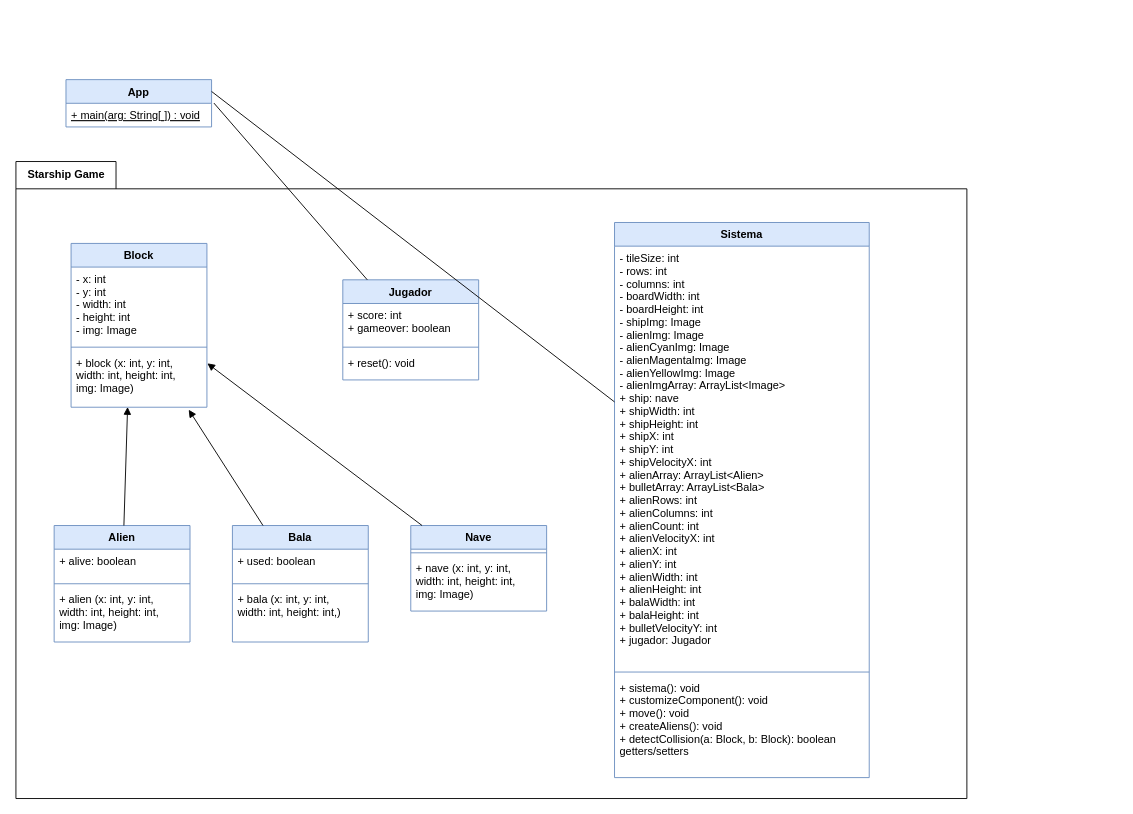
Before: desing/DC.drawio in AndresVeas/STARSHIPGAME, a draw.io diagram. Source tidied: cells renumbered, new cells numbered last; positions are measured from the earlier drawing's top-left corner, leaving out a move shared by most shapes. Both pictures are drawn from the tidied source at 91%, with x=0, y=0 at pixel (15, 79).
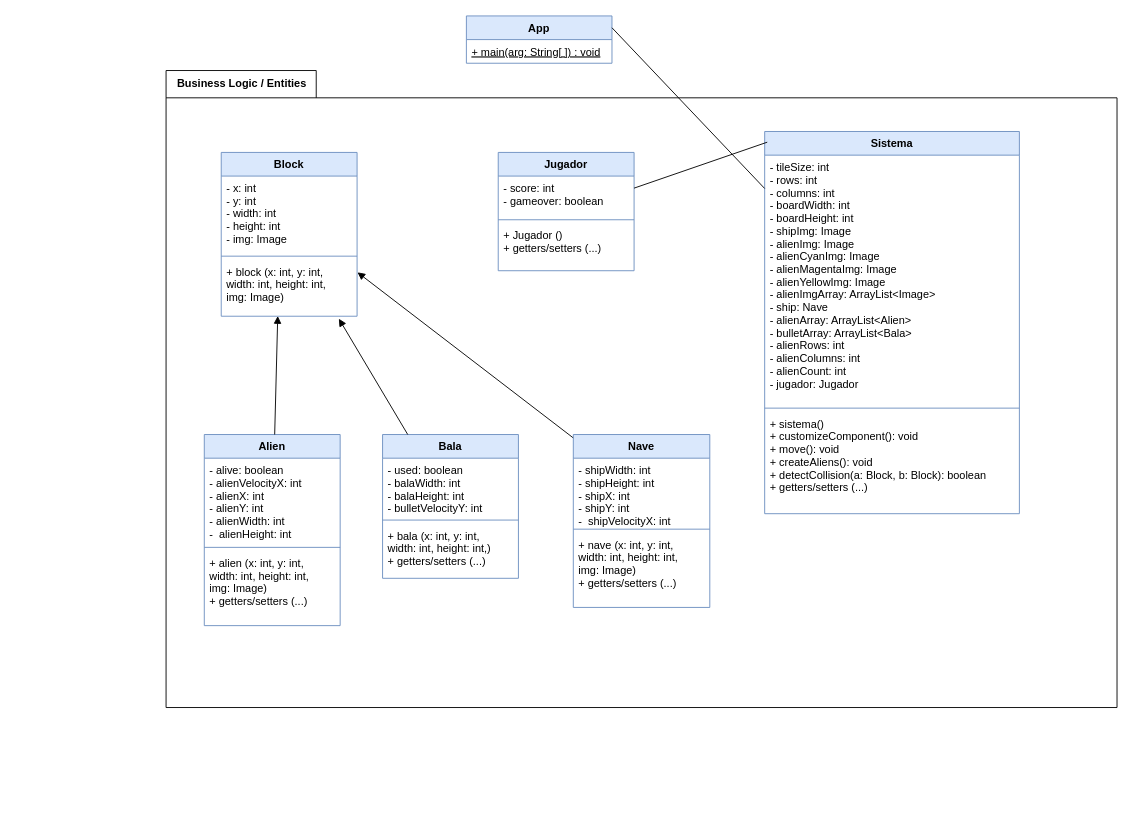
The same diagram, later.

The change refers to these unchanged cells:
```xml
<mxCell id="7" value="+ block (x: int, y: int, &#10;width: int, height: int,&#10;img: Image)&#10;" style="text;strokeColor=none;fillColor=none;align=left;verticalAlign=top;spacingLeft=4;spacingRight=4;overflow=hidden;points=[[0,0.5],[1,0.5]];portConstraint=eastwest;" parent="4" vertex="1">
  <mxGeometry y="118" width="149.3" height="62" as="geometry" />
</mxCell>
<mxCell id="31" value="+ main(arg: String[ ]) : void" style="text;strokeColor=none;fillColor=none;align=left;verticalAlign=top;spacingLeft=4;spacingRight=4;overflow=hidden;points=[[0,0.5],[1,0.5]];portConstraint=eastwest;fontStyle=4;" parent="30" vertex="1">
  <mxGeometry y="26" width="160" height="26" as="geometry" />
</mxCell>
```

Change to the diagram source:
```diff
@@
-    <mxCell id="2" value="Starship Game" style="shape=folder;fontStyle=1;tabWidth=110;tabHeight=30;tabPosition=left;html=1;boundedLbl=1;labelInHeader=1;" parent="1" vertex="1">
-      <mxGeometry y="90" width="1045" height="700" as="geometry" />
+    <mxCell id="2" value="Business Logic / Entities" style="shape=folder;fontStyle=1;tabWidth=165;tabHeight=30;tabPosition=left;html=1;boundedLbl=1;labelInHeader=1;" parent="1" vertex="1">
+      <mxGeometry x="165" y="-10" width="1045" height="700" as="geometry" />
     </mxCell>
@@
     <mxCell id="8" value="Sistema" style="swimlane;fontStyle=1;align=center;verticalAlign=top;horizontal=1;startSize=26;fillColor=#dae8fc;strokeColor=#6c8ebf;" parent="2" vertex="1">
-      <mxGeometry x="657.8" y="67" width="279.9" height="610" as="geometry" />
+      <mxGeometry x="657.8" y="67" width="279.9" height="420" as="geometry" />
     </mxCell>
-    <mxCell id="9" value="- tileSize: int&#10;- rows: int&#10;- columns: int&#10;- boardWidth: int &#10;- boardHeight: int&#10;- shipImg: Image&#10;- alienImg: Image&#10;- alienCyanImg: Image&#10;- alienMagentaImg: Image&#10;- alienYellowImg: Image&#10;- alienImgArray: ArrayList&lt;Image&gt;&#10;+ ship: nave&#10;+ shipWidth: int&#10;+ shipHeight: int&#10;+ shipX: int&#10;+ shipY: int&#10;+ shipVelocityX: int&#10;+ alienArray: ArrayList&lt;Alien&gt;&#10;+ bulletArray: ArrayList&lt;Bala&gt;&#10;+ alienRows: int&#10;+ alienColumns: int&#10;+ alienCount: int&#10;+ alienVelocityX: int&#10;+ alienX: int&#10;+ alienY: int&#10;+ alienWidth: int&#10;+ alienHeight: int&#10;+ balaWidth: int&#10;+ balaHeight: int&#10;+ bulletVelocityY: int&#10;+ jugador: Jugador" style="text;strokeColor=none;fillColor=none;align=left;verticalAlign=top;spacingLeft=4;spacingRight=4;overflow=hidden;" parent="8" vertex="1">
-      <mxGeometry y="26" width="279.9" height="464" as="geometry" />
+    <mxCell id="9" value="- tileSize: int&#10;- rows: int&#10;- columns: int&#10;- boardWidth: int &#10;- boardHeight: int&#10;- shipImg: Image&#10;- alienImg: Image&#10;- alienCyanImg: Image&#10;- alienMagentaImg: Image&#10;- alienYellowImg: Image&#10;- alienImgArray: ArrayList&lt;Image&gt;&#10;- ship: Nave&#10;- alienArray: ArrayList&lt;Alien&gt;&#10;- bulletArray: ArrayList&lt;Bala&gt;&#10;- alienRows: int&#10;- alienColumns: int&#10;- alienCount: int&#10;- jugador: Jugador" style="text;strokeColor=none;fillColor=none;align=left;verticalAlign=top;spacingLeft=4;spacingRight=4;overflow=hidden;" parent="8" vertex="1">
+      <mxGeometry y="26" width="279.9" height="274" as="geometry" />
     </mxCell>
     <mxCell id="10" style="line;strokeWidth=1;fillColor=none;align=left;verticalAlign=middle;spacingTop=-1;spacingLeft=3;spacingRight=3;labelPosition=right;strokeColor=inherit;" parent="8" vertex="1">
-      <mxGeometry y="490" width="279.9" height="8" as="geometry" />
+      <mxGeometry y="300" width="279.9" height="8" as="geometry" />
     </mxCell>
-    <mxCell id="11" value="+ sistema(): void&#10;+ customizeComponent(): void&#10;+ move(): void&#10;+ createAliens(): void&#10;+ detectCollision(a: Block, b: Block): boolean&#10;getters/setters" style="text;strokeColor=none;fillColor=none;align=left;verticalAlign=top;spacingLeft=4;spacingRight=4;overflow=hidden;" parent="8" vertex="1">
-      <mxGeometry y="498" width="279.9" height="112" as="geometry" />
+    <mxCell id="11" value="+ sistema()&#10;+ customizeComponent(): void&#10;+ move(): void&#10;+ createAliens(): void&#10;+ detectCollision(a: Block, b: Block): boolean&#10;+ getters/setters (...)" style="text;strokeColor=none;fillColor=none;align=left;verticalAlign=top;spacingLeft=4;spacingRight=4;overflow=hidden;" parent="8" vertex="1">
+      <mxGeometry y="308" width="279.9" height="112" as="geometry" />
     </mxCell>
-    <mxCell id="12" value="Nave" style="swimlane;fontStyle=1;align=center;verticalAlign=top;horizontal=1;startSize=26;fillColor=#dae8fc;strokeColor=#6c8ebf;" parent="2" vertex="1">
-      <mxGeometry x="433.9" y="400" width="149.3" height="94" as="geometry" />
-    </mxCell>
-    <mxCell id="13" style="line;strokeWidth=1;fillColor=none;align=left;verticalAlign=middle;spacingTop=-1;spacingLeft=3;spacingRight=3;labelPosition=right;strokeColor=inherit;" parent="12" vertex="1">
-      <mxGeometry y="26" width="149.3" height="8" as="geometry" />
-    </mxCell>
-    <mxCell id="14" value="+ nave (x: int, y: int, &#10;width: int, height: int,&#10;img: Image)&#10;" style="text;strokeColor=none;fillColor=none;align=left;verticalAlign=top;spacingLeft=4;spacingRight=4;overflow=hidden;" parent="12" vertex="1">
-      <mxGeometry y="34" width="149.3" height="60" as="geometry" />
-    </mxCell>
     <mxCell id="15" value="Bala" style="swimlane;fontStyle=1;align=center;verticalAlign=top;horizontal=1;startSize=26;fillColor=#dae8fc;strokeColor=#6c8ebf;" parent="2" vertex="1">
-      <mxGeometry x="237.9" y="400" width="149.3" height="128" as="geometry" />
+      <mxGeometry x="237.9" y="400" width="149.3" height="158" as="geometry" />
     </mxCell>
-    <mxCell id="16" value="+ used: boolean" style="text;strokeColor=none;fillColor=none;align=left;verticalAlign=top;spacingLeft=4;spacingRight=4;overflow=hidden;" parent="15" vertex="1">
-      <mxGeometry y="26" width="149.3" height="34" as="geometry" />
+    <mxCell id="16" value="- used: boolean&#10;- balaWidth: int&#10;- balaHeight: int&#10;- bulletVelocityY: int" style="text;strokeColor=none;fillColor=none;align=left;verticalAlign=top;spacingLeft=4;spacingRight=4;overflow=hidden;" parent="15" vertex="1">
+      <mxGeometry y="26" width="149.3" height="64" as="geometry" />
     </mxCell>
     <mxCell id="17" style="line;strokeWidth=1;fillColor=none;align=left;verticalAlign=middle;spacingTop=-1;spacingLeft=3;spacingRight=3;labelPosition=right;strokeColor=inherit;" parent="15" vertex="1">
-      <mxGeometry y="60" width="149.3" height="8" as="geometry" />
+      <mxGeometry y="90" width="149.3" height="8" as="geometry" />
     </mxCell>
-    <mxCell id="18" value="+ bala (x: int, y: int, &#10;width: int, height: int,)&#10;" style="text;strokeColor=none;fillColor=none;align=left;verticalAlign=top;spacingLeft=4;spacingRight=4;overflow=hidden;" parent="15" vertex="1">
-      <mxGeometry y="68" width="149.3" height="60" as="geometry" />
+    <mxCell id="18" value="+ bala (x: int, y: int, &#10;width: int, height: int,)&#10;+ getters/setters (...)&#10;" style="text;strokeColor=none;fillColor=none;align=left;verticalAlign=top;spacingLeft=4;spacingRight=4;overflow=hidden;" parent="15" vertex="1">
+      <mxGeometry y="98" width="149.3" height="60" as="geometry" />
     </mxCell>
     <mxCell id="19" value="Jugador" style="swimlane;fontStyle=1;align=center;verticalAlign=top;horizontal=1;startSize=26;fillColor=#dae8fc;strokeColor=#6c8ebf;" parent="2" vertex="1">
-      <mxGeometry x="359.2" y="130" width="149.3" height="110" as="geometry" />
+      <mxGeometry x="365" y="90" width="149.3" height="130" as="geometry" />
     </mxCell>
-    <mxCell id="20" value="+ score: int&#10;+ gameover: boolean" style="text;strokeColor=none;fillColor=none;align=left;verticalAlign=top;spacingLeft=4;spacingRight=4;overflow=hidden;" parent="19" vertex="1">
+    <mxCell id="20" value="- score: int&#10;- gameover: boolean" style="text;strokeColor=none;fillColor=none;align=left;verticalAlign=top;spacingLeft=4;spacingRight=4;overflow=hidden;" parent="19" vertex="1">
       <mxGeometry y="26" width="149.3" height="44" as="geometry" />
     </mxCell>
@@
-    <mxCell id="22" value="+ reset(): void" style="text;strokeColor=none;fillColor=none;align=left;verticalAlign=top;spacingLeft=4;spacingRight=4;overflow=hidden;" parent="19" vertex="1">
-      <mxGeometry y="78" width="149.3" height="32" as="geometry" />
+    <mxCell id="22" value="+ Jugador ()&#10;+ getters/setters (...)" style="text;strokeColor=none;fillColor=none;align=left;verticalAlign=top;spacingLeft=4;spacingRight=4;overflow=hidden;" parent="19" vertex="1">
+      <mxGeometry y="78" width="149.3" height="52" as="geometry" />
     </mxCell>
     <mxCell id="23" value="Alien" style="swimlane;fontStyle=1;align=center;verticalAlign=top;horizontal=1;startSize=26;fillColor=#dae8fc;strokeColor=#6c8ebf;" parent="2" vertex="1">
-      <mxGeometry x="42" y="400" width="149.3" height="128" as="geometry" />
+      <mxGeometry x="42" y="400" width="149.3" height="210" as="geometry" />
     </mxCell>
-    <mxCell id="24" value="+ alive: boolean" style="text;strokeColor=none;fillColor=none;align=left;verticalAlign=top;spacingLeft=4;spacingRight=4;overflow=hidden;" parent="23" vertex="1">
-      <mxGeometry y="26" width="149.3" height="34" as="geometry" />
+    <mxCell id="24" value="- alive: boolean&#10;- alienVelocityX: int&#10;- alienX: int&#10;- alienY: int&#10;- alienWidth: int&#10;-  alienHeight: int" style="text;strokeColor=none;fillColor=none;align=left;verticalAlign=top;spacingLeft=4;spacingRight=4;overflow=hidden;" parent="23" vertex="1">
+      <mxGeometry y="26" width="149.3" height="94" as="geometry" />
     </mxCell>
     <mxCell id="25" style="line;strokeWidth=1;fillColor=none;align=left;verticalAlign=middle;spacingTop=-1;spacingLeft=3;spacingRight=3;labelPosition=right;strokeColor=inherit;" parent="23" vertex="1">
-      <mxGeometry y="60" width="149.3" height="8" as="geometry" />
+      <mxGeometry y="120" width="149.3" height="8" as="geometry" />
     </mxCell>
-    <mxCell id="26" value="+ alien (x: int, y: int, &#10;width: int, height: int,&#10;img: Image)&#10;" style="text;strokeColor=none;fillColor=none;align=left;verticalAlign=top;spacingLeft=4;spacingRight=4;overflow=hidden;" parent="23" vertex="1">
-      <mxGeometry y="68" width="149.3" height="60" as="geometry" />
+    <mxCell id="26" value="+ alien (x: int, y: int, &#10;width: int, height: int,&#10;img: Image)&#10;+ getters/setters (...)&#10;" style="text;strokeColor=none;fillColor=none;align=left;verticalAlign=top;spacingLeft=4;spacingRight=4;overflow=hidden;" parent="23" vertex="1">
+      <mxGeometry y="128" width="149.3" height="82" as="geometry" />
     </mxCell>
@@
-    <mxCell id="29" style="edgeStyle=none;html=1;entryX=1.003;entryY=0.222;entryDx=0;entryDy=0;entryPerimeter=0;endArrow=block;endFill=1;" parent="2" edge="1" source="12" target="7">
+    <mxCell id="29" style="edgeStyle=none;html=1;entryX=1.003;entryY=0.222;entryDx=0;entryDy=0;entryPerimeter=0;endArrow=block;endFill=1;exitX=0.012;exitY=0.027;exitDx=0;exitDy=0;exitPerimeter=0;" parent="2" edge="1" source="12" target="7">
       <mxGeometry relative="1" as="geometry" />
     </mxCell>
+    <mxCell id="32" style="edgeStyle=none;html=1;endArrow=none;endFill=0;entryX=0.01;entryY=0.028;entryDx=0;entryDy=0;entryPerimeter=0;" parent="2" edge="1" source="19" target="8">
+      <mxGeometry relative="1" as="geometry" />
+    </mxCell>
+    <mxCell id="12" value="Nave" style="swimlane;fontStyle=1;align=center;verticalAlign=top;horizontal=1;startSize=26;fillColor=#dae8fc;strokeColor=#6c8ebf;" parent="2" vertex="1">
+      <mxGeometry x="447.5" y="400" width="150" height="190" as="geometry" />
+    </mxCell>
+    <mxCell id="34" value="- shipWidth: int&#10;- shipHeight: int&#10;- shipX: int&#10;- shipY: int&#10;-  shipVelocityX: int" style="text;strokeColor=none;fillColor=none;align=left;verticalAlign=top;spacingLeft=4;spacingRight=4;overflow=hidden;" parent="12" vertex="1">
+      <mxGeometry y="26" width="150" height="74" as="geometry" />
+    </mxCell>
+    <mxCell id="35" style="line;strokeWidth=1;fillColor=none;align=left;verticalAlign=middle;spacingTop=-1;spacingLeft=3;spacingRight=3;labelPosition=right;strokeColor=inherit;" parent="12" vertex="1">
+      <mxGeometry y="100" width="150" height="8" as="geometry" />
+    </mxCell>
+    <mxCell id="36" value="+ nave (x: int, y: int, &#10;width: int, height: int,&#10;img: Image)&#10;+ getters/setters (...)&#10;" style="text;strokeColor=none;fillColor=none;align=left;verticalAlign=top;spacingLeft=4;spacingRight=4;overflow=hidden;" parent="12" vertex="1">
+      <mxGeometry y="108" width="150" height="82" as="geometry" />
+    </mxCell>
     <mxCell id="30" value="App" style="swimlane;fontStyle=1;align=center;verticalAlign=top;horizontal=1;startSize=26;fillColor=#dae8fc;strokeColor=#6c8ebf;" parent="1" vertex="1">
-      <mxGeometry x="55" width="160" height="52" as="geometry" />
+      <mxGeometry x="495" y="-70" width="160" height="52" as="geometry" />
     </mxCell>
@@
-    <mxCell id="32" style="edgeStyle=none;html=1;entryX=1.016;entryY=-0.01;entryDx=0;entryDy=0;entryPerimeter=0;endArrow=none;endFill=0;" parent="1" edge="1" source="19" target="31">
-      <mxGeometry relative="1" as="geometry" />
-    </mxCell>
```
